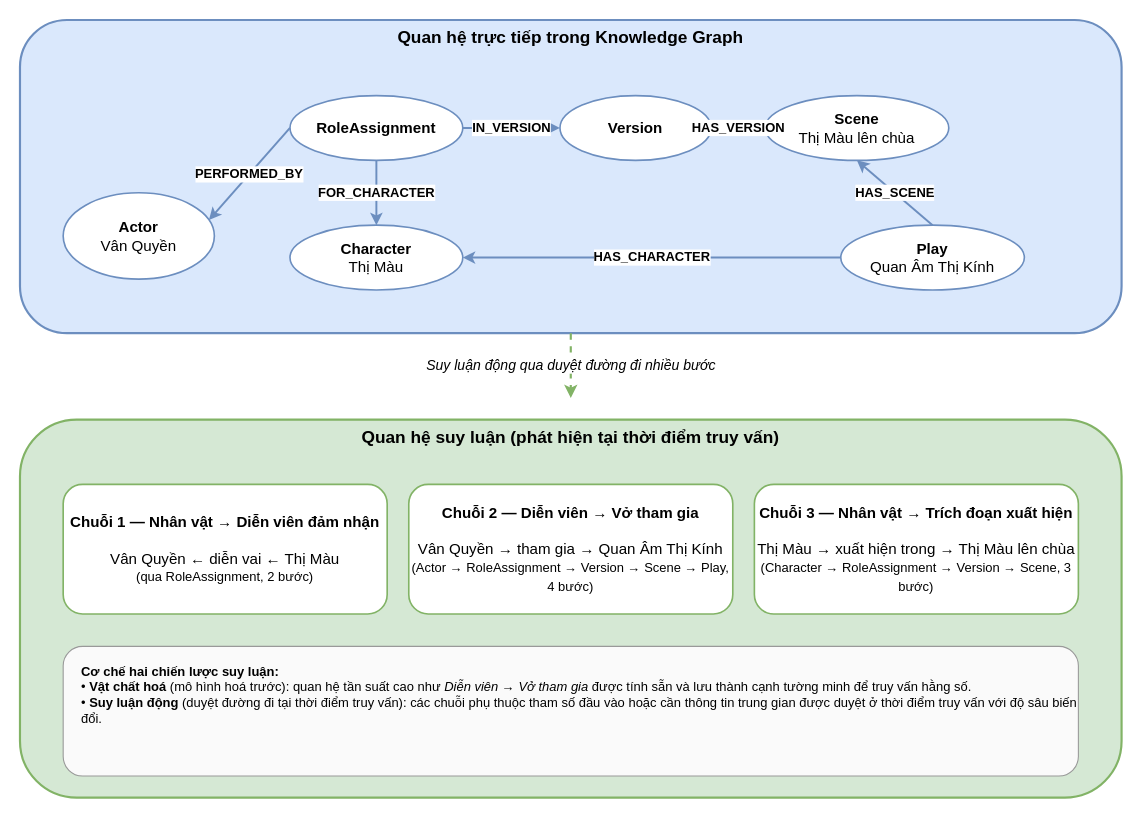
BlackRose484/GraphRAG keeps this draw.io diagram as thesis/figures/c3/inference_rules.drawio. Above is the earlier version. Source tidied: cells renumbered, new cells numbered last; positions are measured from the earlier drawing's top-left corner, leaving out a move shared by most shapes. Both pictures are drawn from the tidied source at 108%, with x=0, y=0 at pixel (19, 19).
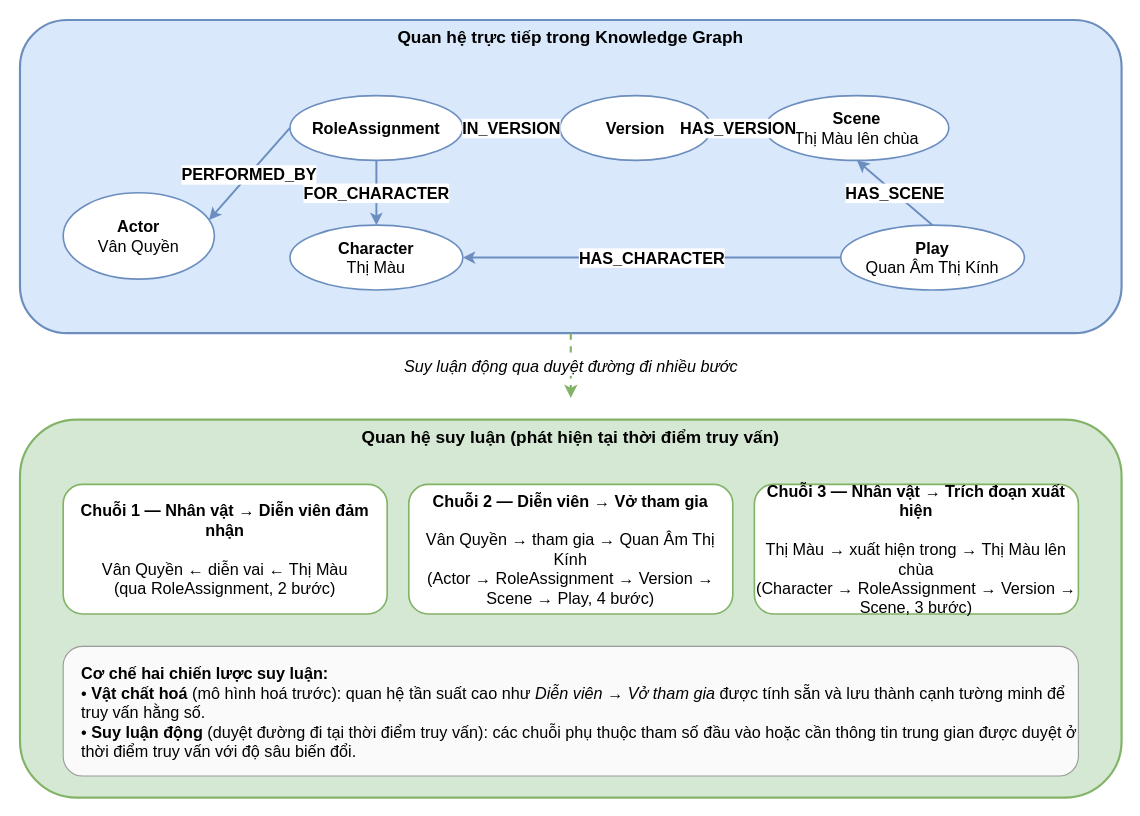
The same page after the edit.

The edit, as a diff of the source:
```diff
@@
-    <mxCell id="3" value="&lt;b&gt;Actor&lt;/b&gt;&lt;br&gt;Vân Quyền" style="ellipse;whiteSpace=wrap;html=1;fillColor=#ffffff;strokeColor=#6c8ebf;strokeWidth=1.5;fontSize=14;align=center;" parent="1" vertex="1">
+    <mxCell id="3" value="&lt;b&gt;Actor&lt;/b&gt;&lt;br&gt;Vân Quyền" style="ellipse;whiteSpace=wrap;html=1;fillColor=#ffffff;strokeColor=#6c8ebf;strokeWidth=1.5;fontSize=15;align=center;" parent="1" vertex="1">
       <mxGeometry x="40" y="160" width="140" height="80" as="geometry" />
     </mxCell>
-    <mxCell id="4" value="&lt;b&gt;RoleAssignment&lt;/b&gt;" style="ellipse;whiteSpace=wrap;html=1;fillColor=#ffffff;strokeColor=#6c8ebf;strokeWidth=1.5;fontSize=14;align=center;" parent="1" vertex="1">
+    <mxCell id="4" value="&lt;b&gt;RoleAssignment&lt;/b&gt;" style="ellipse;whiteSpace=wrap;html=1;fillColor=#ffffff;strokeColor=#6c8ebf;strokeWidth=1.5;fontSize=15;align=center;" parent="1" vertex="1">
       <mxGeometry x="250" y="70" width="160" height="60" as="geometry" />
     </mxCell>
-    <mxCell id="5" value="&lt;b&gt;Character&lt;/b&gt;&lt;br&gt;Thị Màu" style="ellipse;whiteSpace=wrap;html=1;fillColor=#ffffff;strokeColor=#6c8ebf;strokeWidth=1.5;fontSize=14;align=center;" parent="1" vertex="1">
+    <mxCell id="5" value="&lt;b&gt;Character&lt;/b&gt;&lt;br&gt;Thị Màu" style="ellipse;whiteSpace=wrap;html=1;fillColor=#ffffff;strokeColor=#6c8ebf;strokeWidth=1.5;fontSize=15;align=center;" parent="1" vertex="1">
       <mxGeometry x="250" y="190" width="160" height="60" as="geometry" />
     </mxCell>
-    <mxCell id="6" value="&lt;b&gt;Version&lt;/b&gt;" style="ellipse;whiteSpace=wrap;html=1;fillColor=#ffffff;strokeColor=#6c8ebf;strokeWidth=1.5;fontSize=14;align=center;" parent="1" vertex="1">
+    <mxCell id="6" value="&lt;b&gt;Version&lt;/b&gt;" style="ellipse;whiteSpace=wrap;html=1;fillColor=#ffffff;strokeColor=#6c8ebf;strokeWidth=1.5;fontSize=15;align=center;" parent="1" vertex="1">
       <mxGeometry x="500" y="70" width="140" height="60" as="geometry" />
     </mxCell>
-    <mxCell id="7" value="&lt;b&gt;Scene&lt;/b&gt;&lt;br&gt;Thị Màu lên chùa" style="ellipse;whiteSpace=wrap;html=1;fillColor=#ffffff;strokeColor=#6c8ebf;strokeWidth=1.5;fontSize=14;align=center;" parent="1" vertex="1">
+    <mxCell id="7" value="&lt;b&gt;Scene&lt;/b&gt;&lt;br&gt;Thị Màu lên chùa" style="ellipse;whiteSpace=wrap;html=1;fillColor=#ffffff;strokeColor=#6c8ebf;strokeWidth=1.5;fontSize=15;align=center;" parent="1" vertex="1">
       <mxGeometry x="690" y="70" width="170" height="60" as="geometry" />
     </mxCell>
-    <mxCell id="8" value="&lt;b&gt;Play&lt;/b&gt;&lt;br&gt;Quan Âm Thị Kính" style="ellipse;whiteSpace=wrap;html=1;fillColor=#ffffff;strokeColor=#6c8ebf;strokeWidth=1.5;fontSize=14;align=center;" parent="1" vertex="1">
+    <mxCell id="8" value="&lt;b&gt;Play&lt;/b&gt;&lt;br&gt;Quan Âm Thị Kính" style="ellipse;whiteSpace=wrap;html=1;fillColor=#ffffff;strokeColor=#6c8ebf;strokeWidth=1.5;fontSize=15;align=center;" parent="1" vertex="1">
       <mxGeometry x="760" y="190" width="170" height="60" as="geometry" />
     </mxCell>
-    <mxCell id="9" value="PERFORMED_BY" style="endArrow=classic;html=1;rounded=0;strokeColor=#6c8ebf;strokeWidth=1.8;fontSize=12;fontStyle=1;exitX=0;exitY=0.5;exitDx=0;exitDy=0;entryX=1;entryY=0.3;entryDx=0;entryDy=0;" parent="1" edge="1" source="4" target="3">
+    <mxCell id="9" value="PERFORMED_BY" style="endArrow=classic;html=1;rounded=0;strokeColor=#6c8ebf;strokeWidth=1.8;fontSize=15;fontStyle=1;exitX=0;exitY=0.5;exitDx=0;exitDy=0;entryX=1;entryY=0.3;entryDx=0;entryDy=0;" parent="1" edge="1" source="4" target="3">
       <mxGeometry relative="1" as="geometry" />
     </mxCell>
-    <mxCell id="10" value="FOR_CHARACTER" style="endArrow=classic;html=1;rounded=0;strokeColor=#6c8ebf;strokeWidth=1.8;fontSize=12;fontStyle=1;exitX=0.5;exitY=1;exitDx=0;exitDy=0;entryX=0.5;entryY=0;entryDx=0;entryDy=0;" parent="1" edge="1" source="4" target="5">
+    <mxCell id="10" value="FOR_CHARACTER" style="endArrow=classic;html=1;rounded=0;strokeColor=#6c8ebf;strokeWidth=1.8;fontSize=15;fontStyle=1;exitX=0.5;exitY=1;exitDx=0;exitDy=0;entryX=0.5;entryY=0;entryDx=0;entryDy=0;" parent="1" edge="1" source="4" target="5">
       <mxGeometry relative="1" as="geometry" />
     </mxCell>
-    <mxCell id="11" value="IN_VERSION" style="endArrow=classic;html=1;rounded=0;strokeColor=#6c8ebf;strokeWidth=1.8;fontSize=12;fontStyle=1;exitX=1;exitY=0.5;exitDx=0;exitDy=0;entryX=0;entryY=0.5;entryDx=0;entryDy=0;" parent="1" edge="1" source="4" target="6">
+    <mxCell id="11" value="IN_VERSION" style="endArrow=classic;html=1;rounded=0;strokeColor=#6c8ebf;strokeWidth=1.8;fontSize=15;fontStyle=1;exitX=1;exitY=0.5;exitDx=0;exitDy=0;entryX=0;entryY=0.5;entryDx=0;entryDy=0;" parent="1" edge="1" source="4" target="6">
       <mxGeometry relative="1" as="geometry" />
     </mxCell>
-    <mxCell id="12" value="HAS_VERSION" style="endArrow=classic;html=1;rounded=0;strokeColor=#6c8ebf;strokeWidth=1.8;fontSize=12;fontStyle=1;exitX=0;exitY=0.5;exitDx=0;exitDy=0;entryX=1;entryY=0.5;entryDx=0;entryDy=0;" parent="1" edge="1" source="7" target="6">
+    <mxCell id="12" value="HAS_VERSION" style="endArrow=classic;html=1;rounded=0;strokeColor=#6c8ebf;strokeWidth=1.8;fontSize=15;fontStyle=1;exitX=0;exitY=0.5;exitDx=0;exitDy=0;entryX=1;entryY=0.5;entryDx=0;entryDy=0;" parent="1" edge="1" source="7" target="6">
       <mxGeometry relative="1" as="geometry" />
     </mxCell>
-    <mxCell id="13" value="HAS_SCENE" style="endArrow=classic;html=1;rounded=0;strokeColor=#6c8ebf;strokeWidth=1.8;fontSize=12;fontStyle=1;exitX=0.5;exitY=0;exitDx=0;exitDy=0;entryX=0.5;entryY=1;entryDx=0;entryDy=0;" parent="1" edge="1" source="8" target="7">
+    <mxCell id="13" value="HAS_SCENE" style="endArrow=classic;html=1;rounded=0;strokeColor=#6c8ebf;strokeWidth=1.8;fontSize=15;fontStyle=1;exitX=0.5;exitY=0;exitDx=0;exitDy=0;entryX=0.5;entryY=1;entryDx=0;entryDy=0;" parent="1" edge="1" source="8" target="7">
       <mxGeometry relative="1" as="geometry" />
     </mxCell>
-    <mxCell id="14" value="HAS_CHARACTER" style="endArrow=classic;html=1;rounded=0;strokeColor=#6c8ebf;strokeWidth=1.8;fontSize=12;fontStyle=1;exitX=0;exitY=0.5;exitDx=0;exitDy=0;entryX=1;entryY=0.5;entryDx=0;entryDy=0;" parent="1" edge="1" source="8" target="5">
+    <mxCell id="14" value="HAS_CHARACTER" style="endArrow=classic;html=1;rounded=0;strokeColor=#6c8ebf;strokeWidth=1.8;fontSize=15;fontStyle=1;exitX=0;exitY=0.5;exitDx=0;exitDy=0;entryX=1;entryY=0.5;entryDx=0;entryDy=0;" parent="1" edge="1" source="8" target="5">
       <mxGeometry relative="1" as="geometry" />
     </mxCell>
-    <mxCell id="15" value="Suy luận động qua duyệt đường đi nhiều bước" style="endArrow=classic;html=1;rounded=0;strokeColor=#82b366;strokeWidth=2;fontSize=13;fontStyle=2;dashed=1;" parent="1" edge="1">
+    <mxCell id="15" value="Suy luận động qua duyệt đường đi nhiều bước" style="endArrow=classic;html=1;rounded=0;strokeColor=#82b366;strokeWidth=2;fontSize=15;fontStyle=2;dashed=1;" parent="1" edge="1">
       <mxGeometry relative="1" as="geometry">
         <mxPoint x="510" y="290" as="sourcePoint" />
         <mxPoint x="510" y="350" as="targetPoint" />
       </mxGeometry>
     </mxCell>
@@
-    <mxCell id="17" value="&lt;b&gt;Chuỗi 1 — Nhân vật → Diễn viên đảm nhận&lt;/b&gt;&lt;br&gt;&lt;br&gt;Vân Quyền &lt;b&gt;←&lt;/b&gt; diễn vai &lt;b&gt;←&lt;/b&gt; Thị Màu&lt;br&gt;&lt;font style=&quot;font-size:12px&quot;&gt;(qua RoleAssignment, 2 bước)&lt;/font&gt;" style="rounded=1;whiteSpace=wrap;html=1;fillColor=#ffffff;strokeColor=#82b366;strokeWidth=1.5;fontSize=14;align=center;verticalAlign=middle;" parent="1" vertex="1">
+    <mxCell id="17" value="&lt;b&gt;Chuỗi 1 — Nhân vật → Diễn viên đảm nhận&lt;/b&gt;&lt;br&gt;&lt;br&gt;Vân Quyền &lt;b&gt;←&lt;/b&gt; diễn vai &lt;b&gt;←&lt;/b&gt; Thị Màu&lt;br&gt;&lt;font style=&quot;font-size:15px&quot;&gt;(qua RoleAssignment, 2 bước)&lt;/font&gt;" style="rounded=1;whiteSpace=wrap;html=1;fillColor=#ffffff;strokeColor=#82b366;strokeWidth=1.5;fontSize=15;align=center;verticalAlign=middle;" parent="1" vertex="1">
       <mxGeometry x="40" y="430" width="300" height="120" as="geometry" />
     </mxCell>
-    <mxCell id="18" value="&lt;b&gt;Chuỗi 2 — Diễn viên → Vở tham gia&lt;/b&gt;&lt;br&gt;&lt;br&gt;Vân Quyền &lt;b&gt;→&lt;/b&gt; tham gia &lt;b&gt;→&lt;/b&gt; Quan Âm Thị Kính&lt;br&gt;&lt;font style=&quot;font-size:12px&quot;&gt;(Actor → RoleAssignment → Version → Scene → Play, 4 bước)&lt;/font&gt;" style="rounded=1;whiteSpace=wrap;html=1;fillColor=#ffffff;strokeColor=#82b366;strokeWidth=1.5;fontSize=14;align=center;verticalAlign=middle;" parent="1" vertex="1">
+    <mxCell id="18" value="&lt;b&gt;Chuỗi 2 — Diễn viên → Vở tham gia&lt;/b&gt;&lt;br&gt;&lt;br&gt;Vân Quyền &lt;b&gt;→&lt;/b&gt; tham gia &lt;b&gt;→&lt;/b&gt; Quan Âm Thị Kính&lt;br&gt;&lt;font style=&quot;font-size:15px&quot;&gt;(Actor → RoleAssignment → Version → Scene → Play, 4 bước)&lt;/font&gt;" style="rounded=1;whiteSpace=wrap;html=1;fillColor=#ffffff;strokeColor=#82b366;strokeWidth=1.5;fontSize=15;align=center;verticalAlign=middle;" parent="1" vertex="1">
       <mxGeometry x="360" y="430" width="300" height="120" as="geometry" />
     </mxCell>
-    <mxCell id="19" value="&lt;b&gt;Chuỗi 3 — Nhân vật → Trích đoạn xuất hiện&lt;/b&gt;&lt;br&gt;&lt;br&gt;Thị Màu &lt;b&gt;→&lt;/b&gt; xuất hiện trong &lt;b&gt;→&lt;/b&gt; Thị Màu lên chùa&lt;br&gt;&lt;font style=&quot;font-size:12px&quot;&gt;(Character → RoleAssignment → Version → Scene, 3 bước)&lt;/font&gt;" style="rounded=1;whiteSpace=wrap;html=1;fillColor=#ffffff;strokeColor=#82b366;strokeWidth=1.5;fontSize=14;align=center;verticalAlign=middle;" parent="1" vertex="1">
+    <mxCell id="19" value="&lt;b&gt;Chuỗi 3 — Nhân vật → Trích đoạn xuất hiện&lt;/b&gt;&lt;br&gt;&lt;br&gt;Thị Màu &lt;b&gt;→&lt;/b&gt; xuất hiện trong &lt;b&gt;→&lt;/b&gt; Thị Màu lên chùa&lt;br&gt;&lt;font style=&quot;font-size:15px&quot;&gt;(Character → RoleAssignment → Version → Scene, 3 bước)&lt;/font&gt;" style="rounded=1;whiteSpace=wrap;html=1;fillColor=#ffffff;strokeColor=#82b366;strokeWidth=1.5;fontSize=15;align=center;verticalAlign=middle;" parent="1" vertex="1">
       <mxGeometry x="680" y="430" width="300" height="120" as="geometry" />
     </mxCell>
-    <mxCell id="20" value="&lt;b&gt;Cơ chế hai chiến lược suy luận:&lt;/b&gt;&lt;br&gt;• &lt;b&gt;Vật chất hoá&lt;/b&gt; (mô hình hoá trước): quan hệ tần suất cao như &lt;i&gt;Diễn viên → Vở tham gia&lt;/i&gt; được tính sẵn và lưu thành cạnh tường minh để truy vấn hằng số.&lt;br&gt;• &lt;b&gt;Suy luận động&lt;/b&gt; (duyệt đường đi tại thời điểm truy vấn): các chuỗi phụ thuộc tham số đầu vào hoặc cần thông tin trung gian được duyệt ở thời điểm truy vấn với độ sâu biến đổi." style="rounded=1;whiteSpace=wrap;html=1;fillColor=#fafafa;strokeColor=#999999;strokeWidth=1;fontSize=12;align=left;verticalAlign=top;spacingLeft=15;spacingTop=10;" parent="1" vertex="1">
+    <mxCell id="20" value="&lt;b&gt;Cơ chế hai chiến lược suy luận:&lt;/b&gt;&lt;br&gt;• &lt;b&gt;Vật chất hoá&lt;/b&gt; (mô hình hoá trước): quan hệ tần suất cao như &lt;i&gt;Diễn viên → Vở tham gia&lt;/i&gt; được tính sẵn và lưu thành cạnh tường minh để truy vấn hằng số.&lt;br&gt;• &lt;b&gt;Suy luận động&lt;/b&gt; (duyệt đường đi tại thời điểm truy vấn): các chuỗi phụ thuộc tham số đầu vào hoặc cần thông tin trung gian được duyệt ở thời điểm truy vấn với độ sâu biến đổi." style="rounded=1;whiteSpace=wrap;html=1;fillColor=#fafafa;strokeColor=#999999;strokeWidth=1;fontSize=15;align=left;verticalAlign=top;spacingLeft=15;spacingTop=10;" parent="1" vertex="1">
       <mxGeometry x="40" y="580" width="940" height="120" as="geometry" />
     </mxCell>
```
